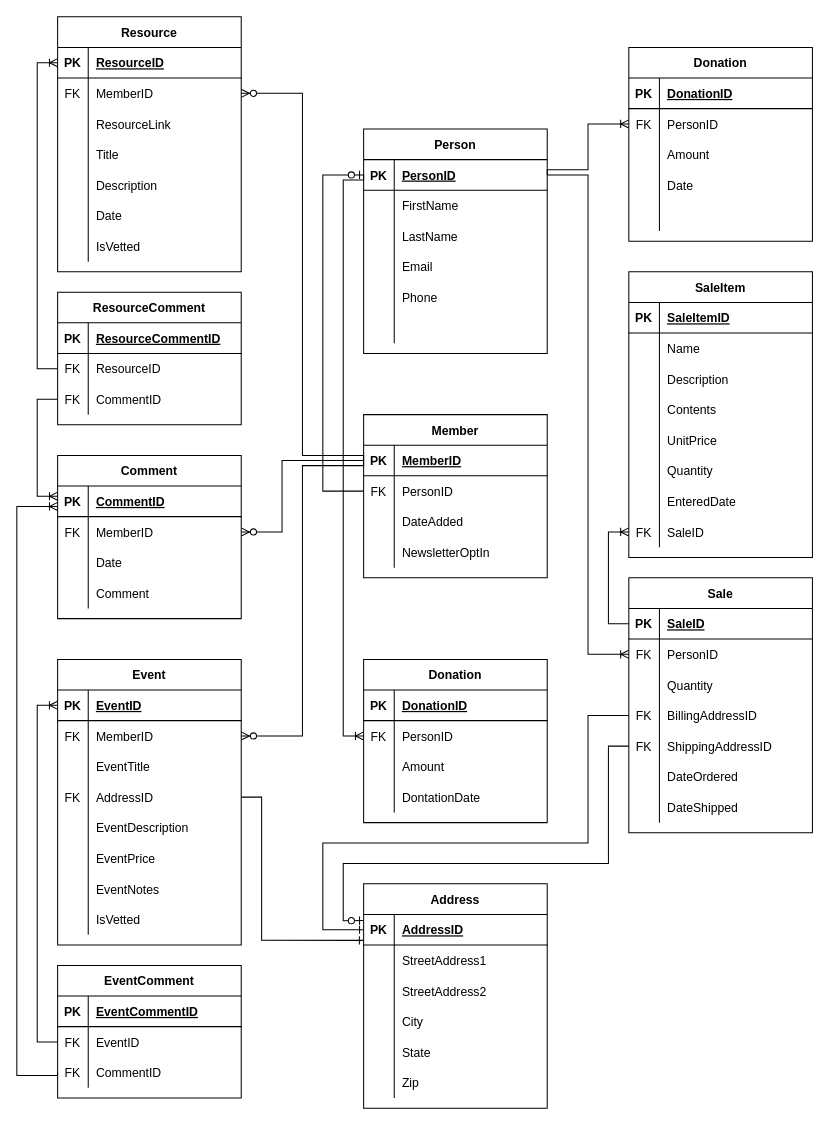
The draw.io diagram Diagrams/ClimateEntityDiagram-6.drawio in BeartoothHiker/it-120-group-project, before the edit. Source tidied: cells renumbered, new cells numbered last; positions are measured from the earlier drawing's top-left corner, leaving out a move shared by most shapes. Both pictures are drawn from the tidied source at 102%, with x=0, y=0 at pixel (16, 16).
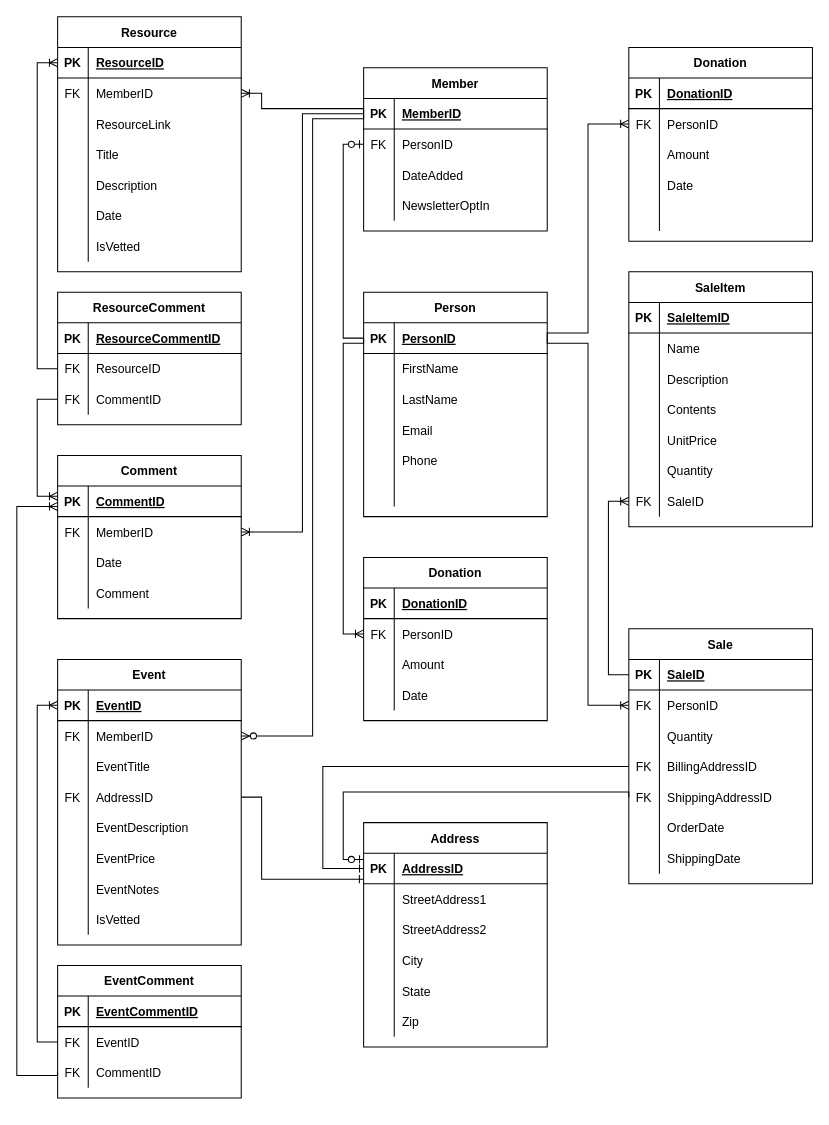
Above is the later version.

Commit message (it also covers changes not shown here):
Fix arrows on diagram, and cleanup

The change refers to these unchanged cells:
```xml
<mxCell id="3" style="shape=partialRectangle;fillColor=none;top=0;left=0;bottom=1;right=0;points=[[0,0.5],[1,0.5]];portConstraint=eastwest;" parent="2" vertex="1">
  <mxGeometry y="30" width="180" height="30" as="geometry" />
</mxCell>
<mxCell id="25" style="shape=partialRectangle;fillColor=none;top=0;left=0;bottom=0;right=0;points=[[0,0.5],[1,0.5]];portConstraint=eastwest;" parent="21" vertex="1">
  <mxGeometry y="60" width="180" height="30" as="geometry" />
</mxCell>
<mxCell id="38" style="shape=partialRectangle;fillColor=none;top=0;left=0;bottom=0;right=0;points=[[0,0.5],[1,0.5]];portConstraint=eastwest;" parent="34" vertex="1">
  <mxGeometry y="60" width="180" height="30" as="geometry" />
</mxCell>
<mxCell id="60" style="shape=partialRectangle;fillColor=none;top=0;left=0;bottom=0;right=0;points=[[0,0.5],[1,0.5]];portConstraint=eastwest;" parent="56" vertex="1">
  <mxGeometry y="60" width="180" height="30" as="geometry" />
</mxCell>
<mxCell id="66" style="shape=partialRectangle;fillColor=none;top=0;left=0;bottom=0;right=0;points=[[0,0.5],[1,0.5]];portConstraint=eastwest;" parent="56" vertex="1">
  <mxGeometry y="120" width="180" height="30" as="geometry" />
</mxCell>
<mxCell id="82" style="shape=partialRectangle;fillColor=none;top=0;left=0;bottom=1;right=0;points=[[0,0.5],[1,0.5]];portConstraint=eastwest;" parent="81" vertex="1">
  <mxGeometry y="30" width="180" height="30" as="geometry" />
</mxCell>
<mxCell id="85" style="shape=partialRectangle;fillColor=none;top=0;left=0;bottom=0;right=0;points=[[0,0.5],[1,0.5]];portConstraint=eastwest;" parent="81" vertex="1">
  <mxGeometry y="60" width="180" height="30" as="geometry" />
</mxCell>
<mxCell id="101" style="shape=partialRectangle;fillColor=none;top=0;left=0;bottom=0;right=0;points=[[0,0.5],[1,0.5]];portConstraint=eastwest;" parent="97" vertex="1">
  <mxGeometry y="60" width="180" height="30" as="geometry" />
</mxCell>
<mxCell id="128" style="shape=partialRectangle;fillColor=none;top=0;left=0;bottom=1;right=0;points=[[0,0.5],[1,0.5]];portConstraint=eastwest;" parent="127" vertex="1">
  <mxGeometry y="30" width="180" height="30" as="geometry" />
</mxCell>
<mxCell id="131" style="shape=partialRectangle;fillColor=none;top=0;left=0;bottom=0;right=0;points=[[0,0.5],[1,0.5]];portConstraint=eastwest;" parent="127" vertex="1">
  <mxGeometry y="60" width="180" height="30" as="geometry" />
</mxCell>
<mxCell id="137" style="shape=partialRectangle;fillColor=none;top=0;left=0;bottom=0;right=0;points=[[0,0.5],[1,0.5]];portConstraint=eastwest;" parent="127" vertex="1">
  <mxGeometry y="120" width="180" height="30" as="geometry" />
</mxCell>
<mxCell id="140" style="shape=partialRectangle;fillColor=none;top=0;left=0;bottom=0;right=0;points=[[0,0.5],[1,0.5]];portConstraint=eastwest;" parent="127" vertex="1">
  <mxGeometry y="150" width="180" height="30" as="geometry" />
</mxCell>
<mxCell id="143" style="shape=partialRectangle;fillColor=none;top=0;left=0;bottom=0;right=0;" parent="127" vertex="1">
  <mxGeometry y="180" width="180" height="30" as="geometry" />
</mxCell>
<mxCell id="146" style="shape=partialRectangle;fillColor=none;top=0;left=0;bottom=0;right=0;" parent="127" vertex="1">
  <mxGeometry y="210" width="180" height="30" as="geometry" />
</mxCell>
<mxCell id="150" style="shape=partialRectangle;fillColor=none;top=0;left=0;bottom=1;right=0;points=[[0,0.5],[1,0.5]];portConstraint=eastwest;" parent="149" vertex="1">
  <mxGeometry y="30" width="180" height="30" as="geometry" />
</mxCell>
```

Change to the diagram source:
```diff
@@
     <mxCell id="2" value="Person" style="shape=table;startSize=30;childLayout=tableLayout;rowLines=0;fontStyle=1;align=center;" parent="1" vertex="1">
-      <mxGeometry x="340" y="110" width="180" height="220" as="geometry" />
+      <mxGeometry x="340" y="270" width="180" height="220" as="geometry" />
     </mxCell>
@@
     <mxCell id="81" value="Member" style="shape=table;startSize=30;childLayout=tableLayout;rowLines=0;fontStyle=1;align=center;" parent="1" vertex="1">
-      <mxGeometry x="340" y="390" width="180" height="160" as="geometry" />
+      <mxGeometry x="340" y="50" width="180" height="160" as="geometry" />
     </mxCell>
@@
     <mxCell id="94" style="edgeStyle=orthogonalEdgeStyle;fontSize=12;html=1;endArrow=ERzeroToMany;endFill=1;rounded=0;exitX=0;exitY=0.5;exitDx=0;exitDy=0;entryX=1;entryY=0.5;entryDx=0;entryDy=0;" parent="1" edge="1" source="82" target="60">
       <mxGeometry relative="1" as="geometry">
         <Array as="points">
-          <mxPoint x="340" y="440" />
-          <mxPoint x="280" y="440" />
-          <mxPoint x="280" y="705" />
+          <mxPoint x="340" y="100" />
+          <mxPoint x="290" y="100" />
+          <mxPoint x="290" y="705" />
         </Array>
       </mxGeometry>
     </mxCell>
-    <mxCell id="95" style="edgeStyle=orthogonalEdgeStyle;fontSize=12;html=1;endArrow=ERzeroToMany;endFill=1;rounded=0;elbow=vertical;exitX=0;exitY=0.5;exitDx=0;exitDy=0;entryX=1;entryY=0.5;entryDx=0;entryDy=0;" parent="1" edge="1" source="82" target="25">
+    <mxCell id="95" style="edgeStyle=orthogonalEdgeStyle;fontSize=12;html=1;endArrow=ERoneToMany;endFill=0;rounded=0;elbow=vertical;exitX=0;exitY=0.5;exitDx=0;exitDy=0;entryX=1;entryY=0.5;entryDx=0;entryDy=0;" parent="1" edge="1" source="82" target="25">
       <mxGeometry relative="1" as="geometry">
         <Array as="points">
-          <mxPoint x="260" y="435" />
-          <mxPoint x="260" y="505" />
+          <mxPoint x="280" y="95" />
+          <mxPoint x="280" y="505" />
         </Array>
       </mxGeometry>
     </mxCell>
-    <mxCell id="96" style="edgeStyle=orthogonalEdgeStyle;fontSize=12;html=1;endArrow=ERzeroToMany;endFill=1;rounded=0;exitX=0;exitY=0.5;exitDx=0;exitDy=0;entryX=1;entryY=0.5;entryDx=0;entryDy=0;" parent="1" edge="1" source="82" target="38">
+    <mxCell id="96" style="edgeStyle=orthogonalEdgeStyle;fontSize=12;html=1;endArrow=ERoneToMany;endFill=0;rounded=0;entryX=1;entryY=0.5;entryDx=0;entryDy=0;exitX=0;exitY=0.5;exitDx=0;exitDy=0;" parent="1" edge="1" source="82" target="38">
       <mxGeometry relative="1" as="geometry">
         <Array as="points">
-          <mxPoint x="340" y="430" />
-          <mxPoint x="280" y="430" />
-          <mxPoint x="280" y="75" />
+          <mxPoint x="340" y="90" />
+          <mxPoint x="240" y="90" />
+          <mxPoint x="240" y="75" />
         </Array>
       </mxGeometry>
     </mxCell>
@@
     <mxCell id="113" style="edgeStyle=orthogonalEdgeStyle;fontSize=12;html=1;endArrow=ERoneToMany;rounded=0;entryX=0;entryY=0.5;entryDx=0;entryDy=0;exitX=1;exitY=0.5;exitDx=0;exitDy=0;" parent="1" edge="1" source="3" target="101">
       <mxGeometry relative="1" as="geometry">
         <Array as="points">
-          <mxPoint x="520" y="150" />
-          <mxPoint x="560" y="150" />
+          <mxPoint x="520" y="310" />
+          <mxPoint x="560" y="310" />
           <mxPoint x="560" y="105" />
         </Array>
       </mxGeometry>
     </mxCell>
-    <mxCell id="114" value="Donation" style="shape=table;startSize=30;childLayout=tableLayout;rowLines=0;fontStyle=1;align=center;" parent="1" vertex="1">
-      <mxGeometry x="340" y="630" width="180" height="160" as="geometry" />
-    </mxCell>
-    <mxCell id="115" style="shape=partialRectangle;fillColor=none;top=0;left=0;bottom=1;right=0;" parent="114" vertex="1">
-      <mxGeometry y="30" width="180" height="30" as="geometry" />
-    </mxCell>
-    <mxCell id="116" value="PK" style="shape=partialRectangle;fillColor=none;top=0;left=0;bottom=0;right=0;fontStyle=1;overflow=hidden;" parent="115" vertex="1">
-      <mxGeometry width="30" height="30" as="geometry" />
-    </mxCell>
-    <mxCell id="117" value="DonationID" style="shape=partialRectangle;fillColor=none;top=0;left=0;bottom=0;right=0;align=left;spacingLeft=6;fontStyle=5;overflow=hidden;" parent="115" vertex="1">
-      <mxGeometry x="30" width="150" height="30" as="geometry" />
-    </mxCell>
-    <mxCell id="118" style="shape=partialRectangle;fillColor=none;top=0;left=0;bottom=0;right=0;points=[[0,0.5],[1,0.5]];portConstraint=eastwest;" parent="114" vertex="1">
-      <mxGeometry y="60" width="180" height="30" as="geometry" />
-    </mxCell>
-    <mxCell id="119" value="FK" style="shape=partialRectangle;fillColor=none;top=0;left=0;bottom=0;right=0;overflow=hidden;" parent="118" vertex="1">
-      <mxGeometry width="30" height="30" as="geometry" />
-    </mxCell>
-    <mxCell id="120" value="PersonID" style="shape=partialRectangle;fillColor=none;top=0;left=0;bottom=0;right=0;align=left;spacingLeft=6;overflow=hidden;" parent="118" vertex="1">
-      <mxGeometry x="30" width="150" height="30" as="geometry" />
-    </mxCell>
-    <mxCell id="121" style="shape=partialRectangle;fillColor=none;top=0;left=0;bottom=0;right=0;" parent="114" vertex="1">
-      <mxGeometry y="90" width="180" height="30" as="geometry" />
-    </mxCell>
-    <mxCell id="122" style="shape=partialRectangle;fillColor=none;top=0;left=0;bottom=0;right=0;overflow=hidden;" parent="121" vertex="1">
-      <mxGeometry width="30" height="30" as="geometry" />
-    </mxCell>
-    <mxCell id="123" value="Amount" style="shape=partialRectangle;fillColor=none;top=0;left=0;bottom=0;right=0;align=left;spacingLeft=6;overflow=hidden;" parent="121" vertex="1">
-      <mxGeometry x="30" width="150" height="30" as="geometry" />
-    </mxCell>
-    <mxCell id="124" style="shape=partialRectangle;fillColor=none;top=0;left=0;bottom=0;right=0;" parent="114" vertex="1">
-      <mxGeometry y="120" width="180" height="30" as="geometry" />
-    </mxCell>
-    <mxCell id="125" style="shape=partialRectangle;fillColor=none;top=0;left=0;bottom=0;right=0;overflow=hidden;" parent="124" vertex="1">
-      <mxGeometry width="30" height="30" as="geometry" />
-    </mxCell>
-    <mxCell id="126" value="DontationDate" style="shape=partialRectangle;fillColor=none;top=0;left=0;bottom=0;right=0;align=left;spacingLeft=6;overflow=hidden;" parent="124" vertex="1">
-      <mxGeometry x="30" width="150" height="30" as="geometry" />
-    </mxCell>
     <mxCell id="127" value="Sale" style="shape=table;startSize=30;childLayout=tableLayout;rowLines=0;fontStyle=1;align=center;" parent="1" vertex="1">
-      <mxGeometry x="600" y="550" width="180" height="250" as="geometry" />
+      <mxGeometry x="600" y="600" width="180" height="250" as="geometry" />
     </mxCell>
@@
-    <mxCell id="145" value="DateOrdered" style="shape=partialRectangle;fillColor=none;top=0;left=0;bottom=0;right=0;align=left;spacingLeft=6;overflow=hidden;" parent="143" vertex="1">
+    <mxCell id="145" value="OrderDate" style="shape=partialRectangle;fillColor=none;top=0;left=0;bottom=0;right=0;align=left;spacingLeft=6;overflow=hidden;" parent="143" vertex="1">
       <mxGeometry x="30" width="150" height="30" as="geometry" />
     </mxCell>
@@
-    <mxCell id="148" value="DateShipped" style="shape=partialRectangle;fillColor=none;top=0;left=0;bottom=0;right=0;align=left;spacingLeft=6;overflow=hidden;" parent="146" vertex="1">
+    <mxCell id="148" value="ShippingDate" style="shape=partialRectangle;fillColor=none;top=0;left=0;bottom=0;right=0;align=left;spacingLeft=6;overflow=hidden;" parent="146" vertex="1">
       <mxGeometry x="30" width="150" height="30" as="geometry" />
     </mxCell>
     <mxCell id="149" value="Address" style="shape=table;startSize=30;childLayout=tableLayout;rowLines=0;fontStyle=1;align=center;" parent="1" vertex="1">
-      <mxGeometry x="340" y="850" width="180" height="220" as="geometry" />
+      <mxGeometry x="340" y="790" width="180" height="220" as="geometry" />
     </mxCell>
@@
     <mxCell id="168" style="edgeStyle=orthogonalEdgeStyle;fontSize=12;html=1;endArrow=ERzeroToOne;endFill=1;rounded=0;exitX=0;exitY=0.5;exitDx=0;exitDy=0;entryX=0;entryY=0.202;entryDx=0;entryDy=0;entryPerimeter=0;" parent="1" edge="1" source="140" target="150">
       <mxGeometry relative="1" as="geometry">
         <Array as="points">
-          <mxPoint x="580" y="715" />
-          <mxPoint x="580" y="830" />
-          <mxPoint x="320" y="830" />
-          <mxPoint x="320" y="886" />
+          <mxPoint x="600" y="760" />
+          <mxPoint x="320" y="760" />
+          <mxPoint x="320" y="826" />
         </Array>
       </mxGeometry>
     </mxCell>
     <mxCell id="169" value="SaleItem" style="shape=table;startSize=30;childLayout=tableLayout;rowLines=0;fontStyle=1;align=center;" parent="1" vertex="1">
-      <mxGeometry x="600" y="250" width="180" height="280" as="geometry" />
+      <mxGeometry x="600" y="250" width="180" height="250" as="geometry" />
     </mxCell>
@@
-    <mxCell id="188" style="shape=partialRectangle;fillColor=none;top=0;left=0;bottom=0;right=0;" parent="169" vertex="1">
-      <mxGeometry y="210" width="180" height="30" as="geometry" />
-    </mxCell>
-    <mxCell id="189" style="shape=partialRectangle;fillColor=none;top=0;left=0;bottom=0;right=0;overflow=hidden;" parent="188" vertex="1">
-      <mxGeometry width="30" height="30" as="geometry" />
-    </mxCell>
-    <mxCell id="190" value="EnteredDate  " style="shape=partialRectangle;fillColor=none;top=0;left=0;bottom=0;right=0;align=left;spacingLeft=6;overflow=hidden;" parent="188" vertex="1">
-      <mxGeometry x="30" width="150" height="30" as="geometry" />
-    </mxCell>
     <mxCell id="191" style="shape=partialRectangle;fillColor=none;top=0;left=0;bottom=0;right=0;points=[[0,0.5],[1,0.5]];portConstraint=eastwest;" parent="169" vertex="1">
-      <mxGeometry y="240" width="180" height="30" as="geometry" />
+      <mxGeometry y="210" width="180" height="30" as="geometry" />
     </mxCell>
@@
-    <mxCell id="194" style="edgeStyle=orthogonalEdgeStyle;fontSize=12;html=1;endArrow=ERzeroToOne;endFill=1;rounded=0;exitX=0;exitY=0.5;exitDx=0;exitDy=0;entryX=0;entryY=0.5;entryDx=0;entryDy=0;" parent="1" edge="1" source="85" target="3">
+    <mxCell id="194" style="edgeStyle=orthogonalEdgeStyle;fontSize=12;html=1;endArrow=none;endFill=0;rounded=0;exitX=0;exitY=0.5;exitDx=0;exitDy=0;entryX=0;entryY=0.5;entryDx=0;entryDy=0;startArrow=ERzeroToOne;startFill=0;" parent="1" edge="1" source="85" target="3">
       <mxGeometry relative="1" as="geometry">
         <Array as="points">
-          <mxPoint x="300" y="465" />
-          <mxPoint x="300" y="155" />
+          <mxPoint x="320" y="125" />
+          <mxPoint x="320" y="315" />
         </Array>
       </mxGeometry>
     </mxCell>
-    <mxCell id="195" style="edgeStyle=orthogonalEdgeStyle;fontSize=12;html=1;endArrow=ERoneToMany;rounded=0;entryX=0;entryY=0.5;entryDx=0;entryDy=0;exitX=0;exitY=0.5;exitDx=0;exitDy=0;" parent="1" edge="1" source="3" target="118">
+    <mxCell id="195" style="edgeStyle=orthogonalEdgeStyle;fontSize=12;html=1;endArrow=ERoneToMany;rounded=0;exitX=0;exitY=0.5;exitDx=0;exitDy=0;entryX=0;entryY=0.5;entryDx=0;entryDy=0;" parent="1" edge="1" source="3" target="118">
       <mxGeometry relative="1" as="geometry">
         <Array as="points">
-          <mxPoint x="340" y="160" />
-          <mxPoint x="320" y="160" />
-          <mxPoint x="320" y="705" />
+          <mxPoint x="340" y="320" />
+          <mxPoint x="320" y="320" />
+          <mxPoint x="320" y="605" />
         </Array>
       </mxGeometry>
     </mxCell>
     <mxCell id="196" style="edgeStyle=orthogonalEdgeStyle;fontSize=12;html=1;endArrow=ERone;endFill=1;rounded=0;entryX=-0.001;entryY=0.848;entryDx=0;entryDy=0;entryPerimeter=0;exitX=1;exitY=0.5;exitDx=0;exitDy=0;" parent="1" edge="1" source="66" target="150">
       <mxGeometry relative="1" as="geometry">
         <Array as="points">
           <mxPoint x="240" y="765" />
-          <mxPoint x="240" y="905" />
+          <mxPoint x="240" y="845" />
+          <mxPoint x="340" y="845" />
         </Array>
       </mxGeometry>
     </mxCell>
     <mxCell id="197" style="edgeStyle=orthogonalEdgeStyle;fontSize=12;html=1;endArrow=ERoneToMany;rounded=0;entryX=0;entryY=0.5;entryDx=0;entryDy=0;exitX=0;exitY=0.5;exitDx=0;exitDy=0;" parent="1" edge="1" source="128" target="191">
       <mxGeometry relative="1" as="geometry">
         <Array as="points">
-          <mxPoint x="580" y="595" />
-          <mxPoint x="580" y="505" />
+          <mxPoint x="580" y="645" />
+          <mxPoint x="580" y="475" />
         </Array>
       </mxGeometry>
     </mxCell>
     <mxCell id="198" style="edgeStyle=orthogonalEdgeStyle;fontSize=12;html=1;endArrow=ERone;rounded=0;exitX=0;exitY=0.5;exitDx=0;exitDy=0;entryX=0;entryY=0.5;entryDx=0;entryDy=0;endFill=0;" parent="1" edge="1" source="137" target="150">
       <mxGeometry relative="1" as="geometry">
         <Array as="points">
-          <mxPoint x="560" y="685" />
-          <mxPoint x="560" y="810" />
-          <mxPoint x="300" y="810" />
-          <mxPoint x="300" y="895" />
+          <mxPoint x="300" y="735" />
+          <mxPoint x="300" y="835" />
         </Array>
       </mxGeometry>
     </mxCell>
     <mxCell id="199" style="edgeStyle=orthogonalEdgeStyle;fontSize=12;html=1;endArrow=ERoneToMany;rounded=0;exitX=1;exitY=0.5;exitDx=0;exitDy=0;entryX=0;entryY=0.5;entryDx=0;entryDy=0;" parent="1" edge="1" source="3" target="131">
-      <mxGeometry relative="1" as="geometry" />
+      <mxGeometry relative="1" as="geometry">
+        <Array as="points">
+          <mxPoint x="520" y="320" />
+          <mxPoint x="560" y="320" />
+          <mxPoint x="560" y="675" />
+        </Array>
+      </mxGeometry>
     </mxCell>
@@
+    <mxCell id="114" value="Donation" style="shape=table;startSize=30;childLayout=tableLayout;rowLines=0;fontStyle=1;align=center;" parent="1" vertex="1">
+      <mxGeometry x="340" y="530" width="180" height="160" as="geometry" />
+    </mxCell>
+    <mxCell id="115" style="shape=partialRectangle;fillColor=none;top=0;left=0;bottom=1;right=0;" parent="114" vertex="1">
+      <mxGeometry y="30" width="180" height="30" as="geometry" />
+    </mxCell>
+    <mxCell id="116" value="PK" style="shape=partialRectangle;fillColor=none;top=0;left=0;bottom=0;right=0;fontStyle=1;overflow=hidden;" parent="115" vertex="1">
+      <mxGeometry width="30" height="30" as="geometry" />
+    </mxCell>
+    <mxCell id="117" value="DonationID" style="shape=partialRectangle;fillColor=none;top=0;left=0;bottom=0;right=0;align=left;spacingLeft=6;fontStyle=5;overflow=hidden;" parent="115" vertex="1">
+      <mxGeometry x="30" width="150" height="30" as="geometry" />
+    </mxCell>
+    <mxCell id="118" style="shape=partialRectangle;fillColor=none;top=0;left=0;bottom=0;right=0;points=[[0,0.5],[1,0.5]];portConstraint=eastwest;" parent="114" vertex="1">
+      <mxGeometry y="60" width="180" height="30" as="geometry" />
+    </mxCell>
+    <mxCell id="119" value="FK" style="shape=partialRectangle;fillColor=none;top=0;left=0;bottom=0;right=0;overflow=hidden;" parent="118" vertex="1">
+      <mxGeometry width="30" height="30" as="geometry" />
+    </mxCell>
+    <mxCell id="120" value="PersonID" style="shape=partialRectangle;fillColor=none;top=0;left=0;bottom=0;right=0;align=left;spacingLeft=6;overflow=hidden;" parent="118" vertex="1">
+      <mxGeometry x="30" width="150" height="30" as="geometry" />
+    </mxCell>
+    <mxCell id="121" style="shape=partialRectangle;fillColor=none;top=0;left=0;bottom=0;right=0;" parent="114" vertex="1">
+      <mxGeometry y="90" width="180" height="30" as="geometry" />
+    </mxCell>
+    <mxCell id="224" style="shape=partialRectangle;fillColor=none;top=0;left=0;bottom=0;right=0;overflow=hidden;" parent="121" vertex="1">
+      <mxGeometry width="30" height="30" as="geometry" />
+    </mxCell>
+    <mxCell id="123" value="Amount" style="shape=partialRectangle;fillColor=none;top=0;left=0;bottom=0;right=0;align=left;spacingLeft=6;overflow=hidden;" parent="121" vertex="1">
+      <mxGeometry x="30" width="150" height="30" as="geometry" />
+    </mxCell>
+    <mxCell id="124" style="shape=partialRectangle;fillColor=none;top=0;left=0;bottom=0;right=0;" parent="114" vertex="1">
+      <mxGeometry y="120" width="180" height="30" as="geometry" />
+    </mxCell>
+    <mxCell id="225" style="shape=partialRectangle;fillColor=none;top=0;left=0;bottom=0;right=0;overflow=hidden;" parent="124" vertex="1">
+      <mxGeometry width="30" height="30" as="geometry" />
+    </mxCell>
+    <mxCell id="226" value="Date" style="shape=partialRectangle;fillColor=none;top=0;left=0;bottom=0;right=0;align=left;spacingLeft=6;overflow=hidden;" parent="124" vertex="1">
+      <mxGeometry x="30" width="150" height="30" as="geometry" />
+    </mxCell>
```
